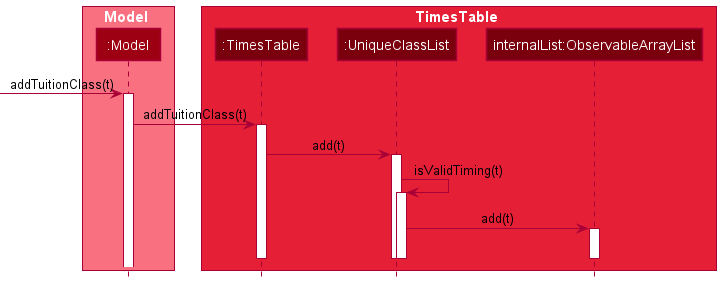
The PlantUML diagram docs/images/AddClassModelSequenceDiagram.png in softmagnet/tp, before a commit. The source it was exported from:
```plantuml
@startuml
!include style.puml

box Model MODEL_COLOR_T1
participant ":Model" as Model MODEL_COLOR
end box

box TimesTable MODEL_COLOR_T2
participant ":TimesTable" as TimesTable MODEL_COLOR_T3
participant ":UniqueClassList" as UniqueClassList MODEL_COLOR_T3
participant "internalList:ObservableArrayList" as ObservableArrayList MODEL_COLOR_T3
end box


[-> Model : addTuitionClass(t)
activate Model

Model -> TimesTable : addTuitionClass(t)
activate TimesTable

TimesTable -> UniqueClassList : add(t)
activate UniqueClassList

UniqueClassList -> UniqueClassList : isValidTiming(t)
activate UniqueClassList

UniqueClassList -> ObservableArrayList : add(t)
activate ObservableArrayList

deactivate ObservableArrayList

deactivate UniqueClassList

deactivate UniqueClassList

deactivate TimesTable
@enduml
```
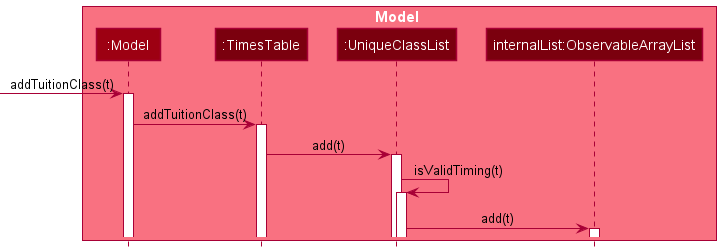
The same diagram one commit later.

Commit message:
update addclass UML diagrams

The edit, as a diff of the source:
```diff
@@ -3,14 +3,10 @@
 
 box Model MODEL_COLOR_T1
 participant ":Model" as Model MODEL_COLOR
-end box
-
-box TimesTable MODEL_COLOR_T2
 participant ":TimesTable" as TimesTable MODEL_COLOR_T3
 participant ":UniqueClassList" as UniqueClassList MODEL_COLOR_T3
 participant "internalList:ObservableArrayList" as ObservableArrayList MODEL_COLOR_T3
 end box
-
 
 [-> Model : addTuitionClass(t)
 activate Model
@@ -27,11 +23,5 @@
 UniqueClassList -> ObservableArrayList : add(t)
 activate ObservableArrayList
 
-deactivate ObservableArrayList
 
-deactivate UniqueClassList
-
-deactivate UniqueClassList
-
-deactivate TimesTable
 @enduml
```
